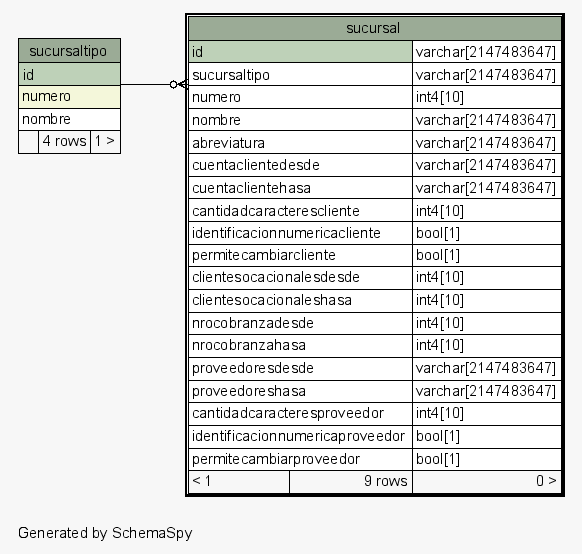
Before: postgresql/schemaSpy/salida/diagrams/sucursal.1degree.png, a diagram exported from Graphviz (diegopablomansilla/massoftware_front). Its source is kept beside it as postgresql/schemaSpy/salida/diagrams/sucursal.1degree.dot.
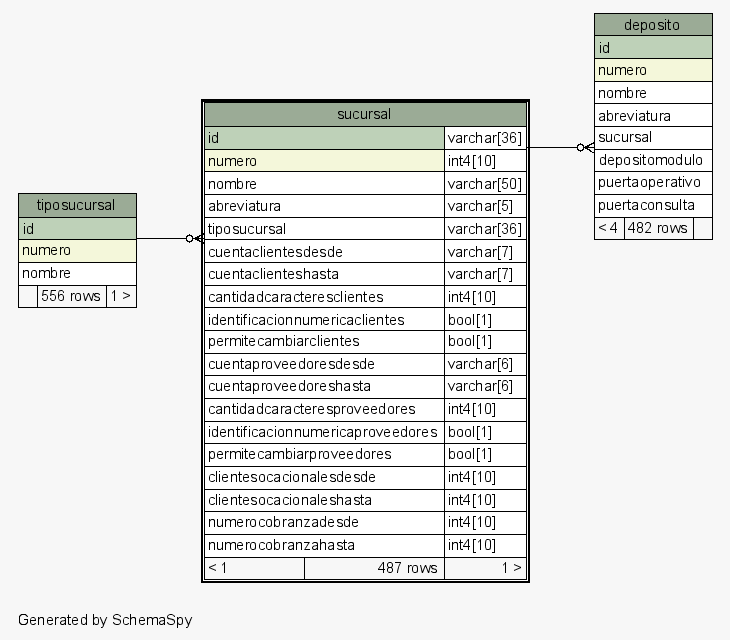
The same file after the commit.

The edit, as a diff of the source:
```diff
@@ -17,45 +17,63 @@
   edge [
     arrowsize="0.8"
   ];
-  "sucursal":"sucursaltipo":sw -> "sucursaltipo":"id":se [arrowhead=none dir=back arrowtail=crowodot];
+  "deposito":"sucursal":sw -> "sucursal":"id.type":se [arrowhead=none dir=back arrowtail=crowodot];
+  "sucursal":"tiposucursal":sw -> "tiposucursal":"id":se [arrowhead=none dir=back arrowtail=crowodot];
+  "deposito" [
+    label=<
+    <TABLE BORDER="0" CELLBORDER="1" CELLSPACING="0" BGCOLOR="#ffffff">
+      <TR><TD COLSPAN="3" BGCOLOR="#9bab96" ALIGN="CENTER">deposito</TD></TR>
+      <TR><TD PORT="id" COLSPAN="3" BGCOLOR="#bed1b8" ALIGN="LEFT">id</TD></TR>
+      <TR><TD PORT="numero" COLSPAN="3" BGCOLOR="#f4f7da" ALIGN="LEFT">numero</TD></TR>
+      <TR><TD PORT="nombre" COLSPAN="3" ALIGN="LEFT">nombre</TD></TR>
+      <TR><TD PORT="abreviatura" COLSPAN="3" ALIGN="LEFT">abreviatura</TD></TR>
+      <TR><TD PORT="sucursal" COLSPAN="3" ALIGN="LEFT">sucursal</TD></TR>
+      <TR><TD PORT="depositomodulo" COLSPAN="3" ALIGN="LEFT">depositomodulo</TD></TR>
+      <TR><TD PORT="puertaoperativo" COLSPAN="3" ALIGN="LEFT">puertaoperativo</TD></TR>
+      <TR><TD PORT="puertaconsulta" COLSPAN="3" ALIGN="LEFT">puertaconsulta</TD></TR>
+      <TR><TD ALIGN="LEFT" BGCOLOR="#f7f7f7">&lt; 4</TD><TD ALIGN="RIGHT" BGCOLOR="#f7f7f7">482 rows</TD><TD ALIGN="RIGHT" BGCOLOR="#f7f7f7">  </TD></TR>
+    </TABLE>>
+    URL="deposito.html"
+    tooltip="deposito"
+  ];
   "sucursal" [
     label=<
     <TABLE BORDER="2" CELLBORDER="1" CELLSPACING="0" BGCOLOR="#ffffff">
       <TR><TD COLSPAN="3" BGCOLOR="#9bab96" ALIGN="CENTER">sucursal</TD></TR>
-      <TR><TD PORT="id" COLSPAN="2" BGCOLOR="#bed1b8" ALIGN="LEFT">id</TD><TD PORT="id.type" ALIGN="LEFT">varchar[2147483647]</TD></TR>
-      <TR><TD PORT="sucursaltipo" COLSPAN="2" ALIGN="LEFT">sucursaltipo</TD><TD PORT="sucursaltipo.type" ALIGN="LEFT">varchar[2147483647]</TD></TR>
-      <TR><TD PORT="numero" COLSPAN="2" ALIGN="LEFT">numero</TD><TD PORT="numero.type" ALIGN="LEFT">int4[10]</TD></TR>
-      <TR><TD PORT="nombre" COLSPAN="2" ALIGN="LEFT">nombre</TD><TD PORT="nombre.type" ALIGN="LEFT">varchar[2147483647]</TD></TR>
-      <TR><TD PORT="abreviatura" COLSPAN="2" ALIGN="LEFT">abreviatura</TD><TD PORT="abreviatura.type" ALIGN="LEFT">varchar[2147483647]</TD></TR>
-      <TR><TD PORT="cuentaclientedesde" COLSPAN="2" ALIGN="LEFT">cuentaclientedesde</TD><TD PORT="cuentaclientedesde.type" ALIGN="LEFT">varchar[2147483647]</TD></TR>
-      <TR><TD PORT="cuentaclientehasa" COLSPAN="2" ALIGN="LEFT">cuentaclientehasa</TD><TD PORT="cuentaclientehasa.type" ALIGN="LEFT">varchar[2147483647]</TD></TR>
-      <TR><TD PORT="cantidadcaracterescliente" COLSPAN="2" ALIGN="LEFT">cantidadcaracterescliente</TD><TD PORT="cantidadcaracterescliente.type" ALIGN="LEFT">int4[10]</TD></TR>
-      <TR><TD PORT="identificacionnumericacliente" COLSPAN="2" ALIGN="LEFT">identificacionnumericacliente</TD><TD PORT="identificacionnumericacliente.type" ALIGN="LEFT">bool[1]</TD></TR>
-      <TR><TD PORT="permitecambiarcliente" COLSPAN="2" ALIGN="LEFT">permitecambiarcliente</TD><TD PORT="permitecambiarcliente.type" ALIGN="LEFT">bool[1]</TD></TR>
+      <TR><TD PORT="id" COLSPAN="2" BGCOLOR="#bed1b8" ALIGN="LEFT">id</TD><TD PORT="id.type" ALIGN="LEFT">varchar[36]</TD></TR>
+      <TR><TD PORT="numero" COLSPAN="2" BGCOLOR="#f4f7da" ALIGN="LEFT">numero</TD><TD PORT="numero.type" ALIGN="LEFT">int4[10]</TD></TR>
+      <TR><TD PORT="nombre" COLSPAN="2" ALIGN="LEFT">nombre</TD><TD PORT="nombre.type" ALIGN="LEFT">varchar[50]</TD></TR>
+      <TR><TD PORT="abreviatura" COLSPAN="2" ALIGN="LEFT">abreviatura</TD><TD PORT="abreviatura.type" ALIGN="LEFT">varchar[5]</TD></TR>
+      <TR><TD PORT="tiposucursal" COLSPAN="2" ALIGN="LEFT">tiposucursal</TD><TD PORT="tiposucursal.type" ALIGN="LEFT">varchar[36]</TD></TR>
+      <TR><TD PORT="cuentaclientesdesde" COLSPAN="2" ALIGN="LEFT">cuentaclientesdesde</TD><TD PORT="cuentaclientesdesde.type" ALIGN="LEFT">varchar[7]</TD></TR>
+      <TR><TD PORT="cuentaclienteshasta" COLSPAN="2" ALIGN="LEFT">cuentaclienteshasta</TD><TD PORT="cuentaclienteshasta.type" ALIGN="LEFT">varchar[7]</TD></TR>
+      <TR><TD PORT="cantidadcaracteresclientes" COLSPAN="2" ALIGN="LEFT">cantidadcaracteresclientes</TD><TD PORT="cantidadcaracteresclientes.type" ALIGN="LEFT">int4[10]</TD></TR>
+      <TR><TD PORT="identificacionnumericaclientes" COLSPAN="2" ALIGN="LEFT">identificacionnumericaclientes</TD><TD PORT="identificacionnumericaclientes.type" ALIGN="LEFT">bool[1]</TD></TR>
+      <TR><TD PORT="permitecambiarclientes" COLSPAN="2" ALIGN="LEFT">permitecambiarclientes</TD><TD PORT="permitecambiarclientes.type" ALIGN="LEFT">bool[1]</TD></TR>
+      <TR><TD PORT="cuentaproveedoresdesde" COLSPAN="2" ALIGN="LEFT">cuentaproveedoresdesde</TD><TD PORT="cuentaproveedoresdesde.type" ALIGN="LEFT">varchar[6]</TD></TR>
+      <TR><TD PORT="cuentaproveedoreshasta" COLSPAN="2" ALIGN="LEFT">cuentaproveedoreshasta</TD><TD PORT="cuentaproveedoreshasta.type" ALIGN="LEFT">varchar[6]</TD></TR>
+      <TR><TD PORT="cantidadcaracteresproveedores" COLSPAN="2" ALIGN="LEFT">cantidadcaracteresproveedores</TD><TD PORT="cantidadcaracteresproveedores.type" ALIGN="LEFT">int4[10]</TD></TR>
+      <TR><TD PORT="identificacionnumericaproveedores" COLSPAN="2" ALIGN="LEFT">identificacionnumericaproveedores</TD><TD PORT="identificacionnumericaproveedores.type" ALIGN="LEFT">bool[1]</TD></TR>
+      <TR><TD PORT="permitecambiarproveedores" COLSPAN="2" ALIGN="LEFT">permitecambiarproveedores</TD><TD PORT="permitecambiarproveedores.type" ALIGN="LEFT">bool[1]</TD></TR>
       <TR><TD PORT="clientesocacionalesdesde" COLSPAN="2" ALIGN="LEFT">clientesocacionalesdesde</TD><TD PORT="clientesocacionalesdesde.type" ALIGN="LEFT">int4[10]</TD></TR>
-      <TR><TD PORT="clientesocacionaleshasa" COLSPAN="2" ALIGN="LEFT">clientesocacionaleshasa</TD><TD PORT="clientesocacionaleshasa.type" ALIGN="LEFT">int4[10]</TD></TR>
-      <TR><TD PORT="nrocobranzadesde" COLSPAN="2" ALIGN="LEFT">nrocobranzadesde</TD><TD PORT="nrocobranzadesde.type" ALIGN="LEFT">int4[10]</TD></TR>
-      <TR><TD PORT="nrocobranzahasa" COLSPAN="2" ALIGN="LEFT">nrocobranzahasa</TD><TD PORT="nrocobranzahasa.type" ALIGN="LEFT">int4[10]</TD></TR>
-      <TR><TD PORT="proveedoresdesde" COLSPAN="2" ALIGN="LEFT">proveedoresdesde</TD><TD PORT="proveedoresdesde.type" ALIGN="LEFT">varchar[2147483647]</TD></TR>
-      <TR><TD PORT="proveedoreshasa" COLSPAN="2" ALIGN="LEFT">proveedoreshasa</TD><TD PORT="proveedoreshasa.type" ALIGN="LEFT">varchar[2147483647]</TD></TR>
-      <TR><TD PORT="cantidadcaracteresproveedor" COLSPAN="2" ALIGN="LEFT">cantidadcaracteresproveedor</TD><TD PORT="cantidadcaracteresproveedor.type" ALIGN="LEFT">int4[10]</TD></TR>
-      <TR><TD PORT="identificacionnumericaproveedor" COLSPAN="2" ALIGN="LEFT">identificacionnumericaproveedor</TD><TD PORT="identificacionnumericaproveedor.type" ALIGN="LEFT">bool[1]</TD></TR>
-      <TR><TD PORT="permitecambiarproveedor" COLSPAN="2" ALIGN="LEFT">permitecambiarproveedor</TD><TD PORT="permitecambiarproveedor.type" ALIGN="LEFT">bool[1]</TD></TR>
-      <TR><TD ALIGN="LEFT" BGCOLOR="#f7f7f7">&lt; 1</TD><TD ALIGN="RIGHT" BGCOLOR="#f7f7f7">9 rows</TD><TD ALIGN="RIGHT" BGCOLOR="#f7f7f7">0 &gt;</TD></TR>
+      <TR><TD PORT="clientesocacionaleshasta" COLSPAN="2" ALIGN="LEFT">clientesocacionaleshasta</TD><TD PORT="clientesocacionaleshasta.type" ALIGN="LEFT">int4[10]</TD></TR>
+      <TR><TD PORT="numerocobranzadesde" COLSPAN="2" ALIGN="LEFT">numerocobranzadesde</TD><TD PORT="numerocobranzadesde.type" ALIGN="LEFT">int4[10]</TD></TR>
+      <TR><TD PORT="numerocobranzahasta" COLSPAN="2" ALIGN="LEFT">numerocobranzahasta</TD><TD PORT="numerocobranzahasta.type" ALIGN="LEFT">int4[10]</TD></TR>
+      <TR><TD ALIGN="LEFT" BGCOLOR="#f7f7f7">&lt; 1</TD><TD ALIGN="RIGHT" BGCOLOR="#f7f7f7">487 rows</TD><TD ALIGN="RIGHT" BGCOLOR="#f7f7f7">1 &gt;</TD></TR>
     </TABLE>>
     URL="sucursal.html"
     tooltip="sucursal"
   ];
-  "sucursaltipo" [
+  "tiposucursal" [
     label=<
     <TABLE BORDER="0" CELLBORDER="1" CELLSPACING="0" BGCOLOR="#ffffff">
-      <TR><TD COLSPAN="3" BGCOLOR="#9bab96" ALIGN="CENTER">sucursaltipo</TD></TR>
+      <TR><TD COLSPAN="3" BGCOLOR="#9bab96" ALIGN="CENTER">tiposucursal</TD></TR>
       <TR><TD PORT="id" COLSPAN="3" BGCOLOR="#bed1b8" ALIGN="LEFT">id</TD></TR>
       <TR><TD PORT="numero" COLSPAN="3" BGCOLOR="#f4f7da" ALIGN="LEFT">numero</TD></TR>
       <TR><TD PORT="nombre" COLSPAN="3" ALIGN="LEFT">nombre</TD></TR>
-      <TR><TD ALIGN="LEFT" BGCOLOR="#f7f7f7">  </TD><TD ALIGN="RIGHT" BGCOLOR="#f7f7f7">4 rows</TD><TD ALIGN="RIGHT" BGCOLOR="#f7f7f7">1 &gt;</TD></TR>
+      <TR><TD ALIGN="LEFT" BGCOLOR="#f7f7f7">  </TD><TD ALIGN="RIGHT" BGCOLOR="#f7f7f7">556 rows</TD><TD ALIGN="RIGHT" BGCOLOR="#f7f7f7">1 &gt;</TD></TR>
     </TABLE>>
-    URL="sucursaltipo.html"
-    tooltip="sucursaltipo"
+    URL="tiposucursal.html"
+    tooltip="tiposucursal"
   ];
 }
```
